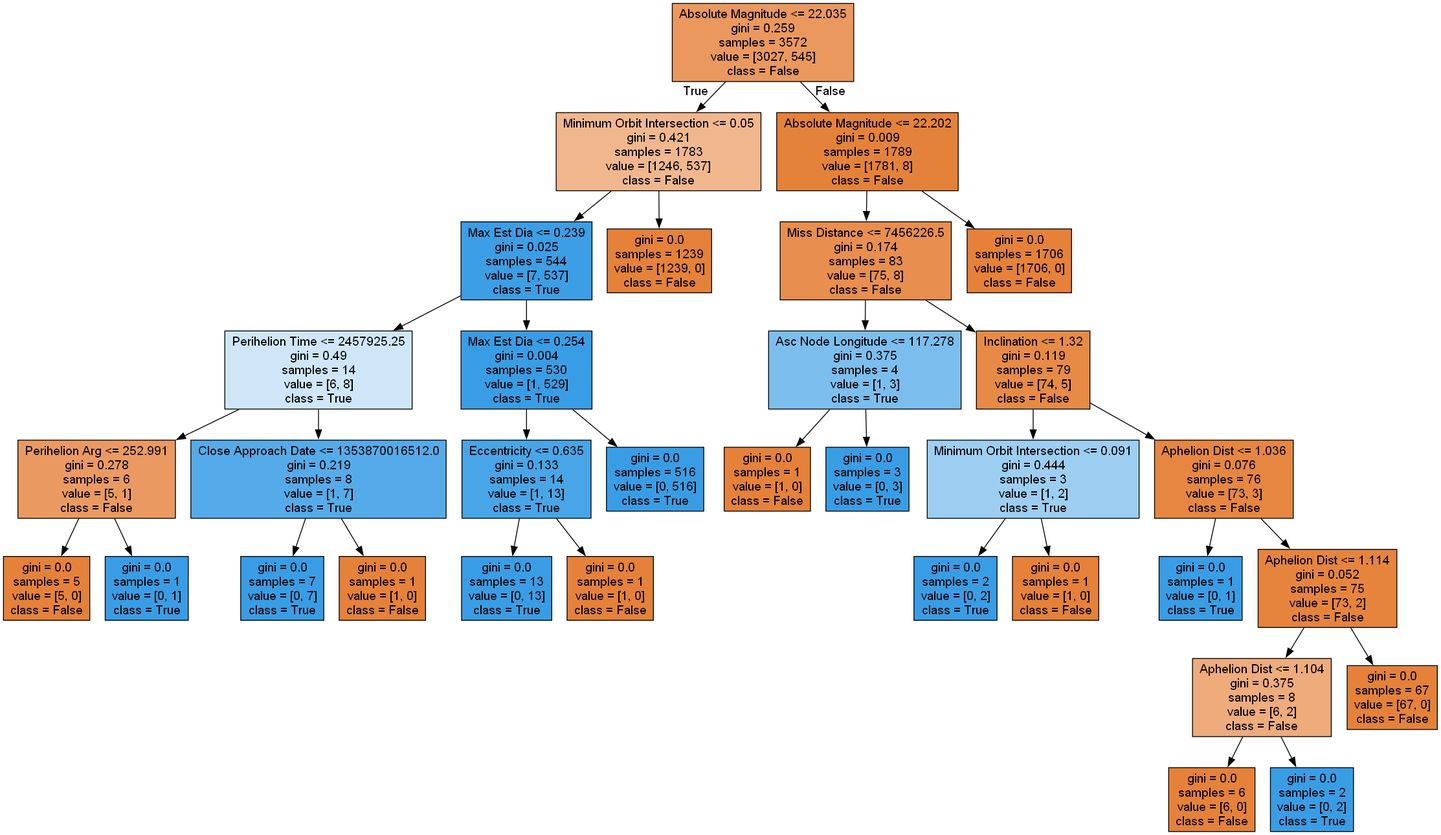
Earlier version of the Graphviz export b_classifier/images/asteroid_dtc01.png (NoviceKim/machine-learning). Its source is kept beside it as b_classifier/images/asteroid_dtc01.dot.
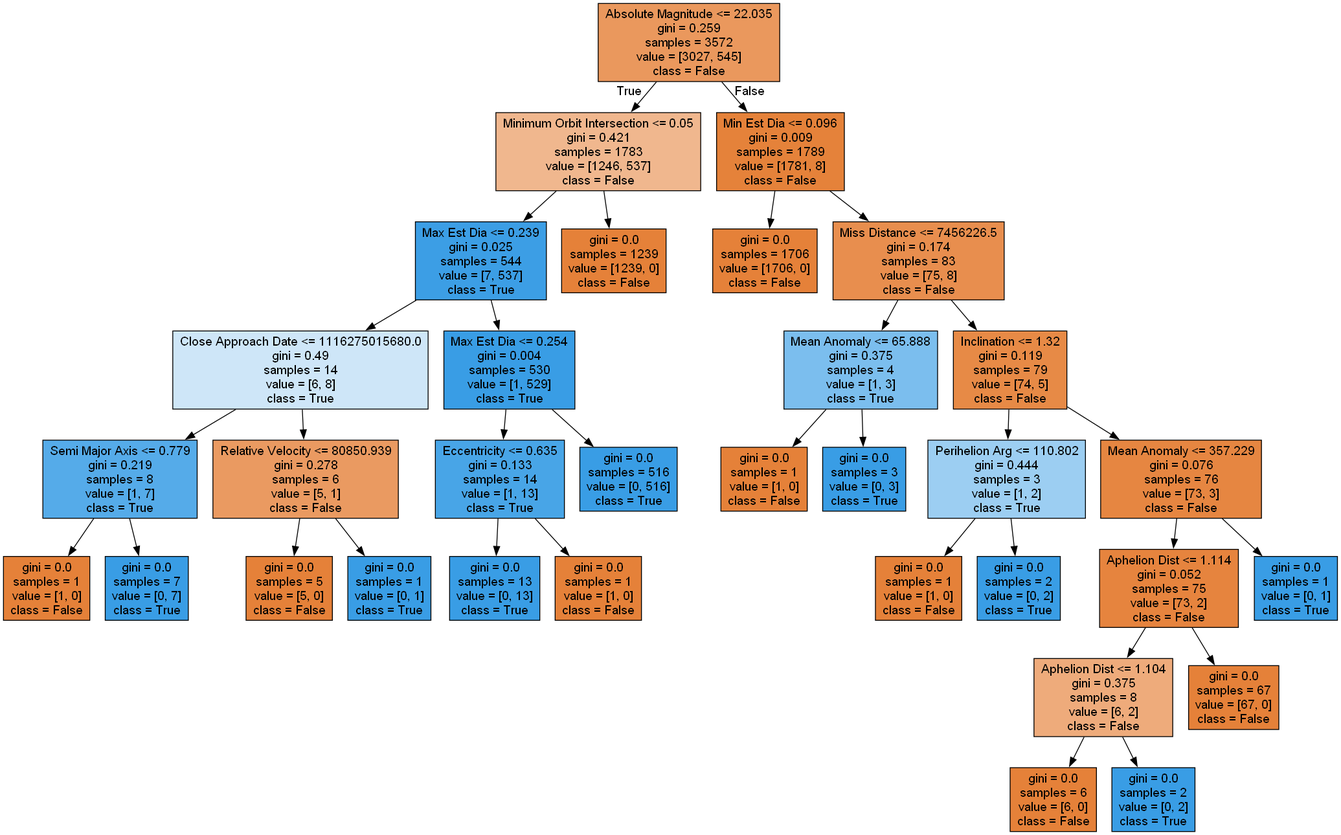
Above is the later version.

Diff of the diagram source:
```diff
@@ -6,19 +6,19 @@
 0 -> 1 [labeldistance=2.5, labelangle=45, headlabel="True"] ;
 2 [label="Max Est Dia <= 0.239\ngini = 0.025\nsamples = 544\nvalue = [7, 537]\nclass = True", fillcolor="#3c9ee5"] ;
 1 -> 2 ;
-3 [label="Perihelion Time <= 2457925.25\ngini = 0.49\nsamples = 14\nvalue = [6, 8]\nclass = True", fillcolor="#cee6f8"] ;
+3 [label="Close Approach Date <= 1116275015680.0\ngini = 0.49\nsamples = 14\nvalue = [6, 8]\nclass = True", fillcolor="#cee6f8"] ;
 2 -> 3 ;
-4 [label="Perihelion Arg <= 252.991\ngini = 0.278\nsamples = 6\nvalue = [5, 1]\nclass = False", fillcolor="#ea9a61"] ;
+4 [label="Semi Major Axis <= 0.779\ngini = 0.219\nsamples = 8\nvalue = [1, 7]\nclass = True", fillcolor="#55abe9"] ;
 3 -> 4 ;
-5 [label="gini = 0.0\nsamples = 5\nvalue = [5, 0]\nclass = False", fillcolor="#e58139"] ;
+5 [label="gini = 0.0\nsamples = 1\nvalue = [1, 0]\nclass = False", fillcolor="#e58139"] ;
 4 -> 5 ;
-6 [label="gini = 0.0\nsamples = 1\nvalue = [0, 1]\nclass = True", fillcolor="#399de5"] ;
+6 [label="gini = 0.0\nsamples = 7\nvalue = [0, 7]\nclass = True", fillcolor="#399de5"] ;
 4 -> 6 ;
-7 [label="Close Approach Date <= 1353870016512.0\ngini = 0.219\nsamples = 8\nvalue = [1, 7]\nclass = True", fillcolor="#55abe9"] ;
+7 [label="Relative Velocity <= 80850.939\ngini = 0.278\nsamples = 6\nvalue = [5, 1]\nclass = False", fillcolor="#ea9a61"] ;
 3 -> 7 ;
-8 [label="gini = 0.0\nsamples = 7\nvalue = [0, 7]\nclass = True", fillcolor="#399de5"] ;
+8 [label="gini = 0.0\nsamples = 5\nvalue = [5, 0]\nclass = False", fillcolor="#e58139"] ;
 7 -> 8 ;
-9 [label="gini = 0.0\nsamples = 1\nvalue = [1, 0]\nclass = False", fillcolor="#e58139"] ;
+9 [label="gini = 0.0\nsamples = 1\nvalue = [0, 1]\nclass = True", fillcolor="#399de5"] ;
 7 -> 9 ;
 10 [label="Max Est Dia <= 0.254\ngini = 0.004\nsamples = 530\nvalue = [1, 529]\nclass = True", fillcolor="#399de5"] ;
 2 -> 10 ;
@@ -32,30 +32,30 @@
 10 -> 14 ;
 15 [label="gini = 0.0\nsamples = 1239\nvalue = [1239, 0]\nclass = False", fillcolor="#e58139"] ;
 1 -> 15 ;
-16 [label="Absolute Magnitude <= 22.202\ngini = 0.009\nsamples = 1789\nvalue = [1781, 8]\nclass = False", fillcolor="#e5823a"] ;
+16 [label="Min Est Dia <= 0.096\ngini = 0.009\nsamples = 1789\nvalue = [1781, 8]\nclass = False", fillcolor="#e5823a"] ;
 0 -> 16 [labeldistance=2.5, labelangle=-45, headlabel="False"] ;
-17 [label="Miss Distance <= 7456226.5\ngini = 0.174\nsamples = 83\nvalue = [75, 8]\nclass = False", fillcolor="#e88e4e"] ;
+17 [label="gini = 0.0\nsamples = 1706\nvalue = [1706, 0]\nclass = False", fillcolor="#e58139"] ;
 16 -> 17 ;
-18 [label="Asc Node Longitude <= 117.278\ngini = 0.375\nsamples = 4\nvalue = [1, 3]\nclass = True", fillcolor="#7bbeee"] ;
-17 -> 18 ;
-19 [label="gini = 0.0\nsamples = 1\nvalue = [1, 0]\nclass = False", fillcolor="#e58139"] ;
+18 [label="Miss Distance <= 7456226.5\ngini = 0.174\nsamples = 83\nvalue = [75, 8]\nclass = False", fillcolor="#e88e4e"] ;
+16 -> 18 ;
+19 [label="Mean Anomaly <= 65.888\ngini = 0.375\nsamples = 4\nvalue = [1, 3]\nclass = True", fillcolor="#7bbeee"] ;
 18 -> 19 ;
-20 [label="gini = 0.0\nsamples = 3\nvalue = [0, 3]\nclass = True", fillcolor="#399de5"] ;
-18 -> 20 ;
-21 [label="Inclination <= 1.32\ngini = 0.119\nsamples = 79\nvalue = [74, 5]\nclass = False", fillcolor="#e78a46"] ;
-17 -> 21 ;
-22 [label="Minimum Orbit Intersection <= 0.091\ngini = 0.444\nsamples = 3\nvalue = [1, 2]\nclass = True", fillcolor="#9ccef2"] ;
-21 -> 22 ;
-23 [label="gini = 0.0\nsamples = 2\nvalue = [0, 2]\nclass = True", fillcolor="#399de5"] ;
+20 [label="gini = 0.0\nsamples = 1\nvalue = [1, 0]\nclass = False", fillcolor="#e58139"] ;
+19 -> 20 ;
+21 [label="gini = 0.0\nsamples = 3\nvalue = [0, 3]\nclass = True", fillcolor="#399de5"] ;
+19 -> 21 ;
+22 [label="Inclination <= 1.32\ngini = 0.119\nsamples = 79\nvalue = [74, 5]\nclass = False", fillcolor="#e78a46"] ;
+18 -> 22 ;
+23 [label="Perihelion Arg <= 110.802\ngini = 0.444\nsamples = 3\nvalue = [1, 2]\nclass = True", fillcolor="#9ccef2"] ;
 22 -> 23 ;
 24 [label="gini = 0.0\nsamples = 1\nvalue = [1, 0]\nclass = False", fillcolor="#e58139"] ;
-22 -> 24 ;
-25 [label="Aphelion Dist <= 1.036\ngini = 0.076\nsamples = 76\nvalue = [73, 3]\nclass = False", fillcolor="#e68641"] ;
-21 -> 25 ;
-26 [label="gini = 0.0\nsamples = 1\nvalue = [0, 1]\nclass = True", fillcolor="#399de5"] ;
-25 -> 26 ;
+23 -> 24 ;
+25 [label="gini = 0.0\nsamples = 2\nvalue = [0, 2]\nclass = True", fillcolor="#399de5"] ;
+23 -> 25 ;
+26 [label="Mean Anomaly <= 357.229\ngini = 0.076\nsamples = 76\nvalue = [73, 3]\nclass = False", fillcolor="#e68641"] ;
+22 -> 26 ;
 27 [label="Aphelion Dist <= 1.114\ngini = 0.052\nsamples = 75\nvalue = [73, 2]\nclass = False", fillcolor="#e6843e"] ;
-25 -> 27 ;
+26 -> 27 ;
 28 [label="Aphelion Dist <= 1.104\ngini = 0.375\nsamples = 8\nvalue = [6, 2]\nclass = False", fillcolor="#eeab7b"] ;
 27 -> 28 ;
 29 [label="gini = 0.0\nsamples = 6\nvalue = [6, 0]\nclass = False", fillcolor="#e58139"] ;
@@ -64,6 +64,6 @@
 28 -> 30 ;
 31 [label="gini = 0.0\nsamples = 67\nvalue = [67, 0]\nclass = False", fillcolor="#e58139"] ;
 27 -> 31 ;
-32 [label="gini = 0.0\nsamples = 1706\nvalue = [1706, 0]\nclass = False", fillcolor="#e58139"] ;
-16 -> 32 ;
+32 [label="gini = 0.0\nsamples = 1\nvalue = [0, 1]\nclass = True", fillcolor="#399de5"] ;
+26 -> 32 ;
 }
```
